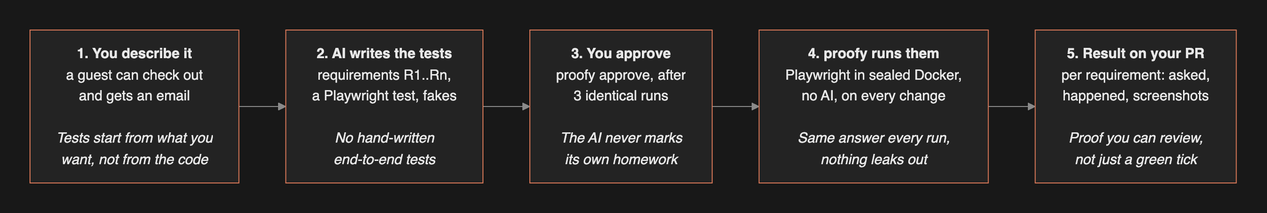
davidrydberg/proofy keeps this Mermaid diagram as docs/flow.png. Above is the earlier version. Its source is kept beside it as docs/overview/flow.mmd.
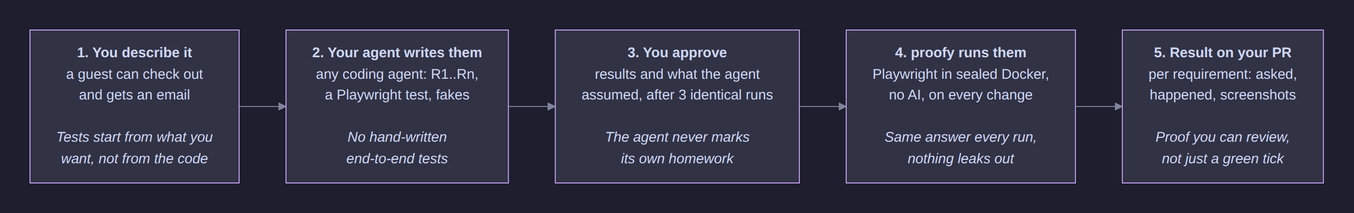
Later version of the same file.

Commit message:
Redo the overview GIF with a nameless agent in a plain terminal

The edit, as a diff of the source:
```diff
@@ -1,7 +1,7 @@
 flowchart LR
   describe["<b>1. You describe it</b><br/>a guest can check out<br/>and gets an email<br/><br/><i>Tests start from what you<br/>want, not from the code</i>"]
-  write["<b>2. AI writes the tests</b><br/>requirements R1..Rn,<br/>a Playwright test, fakes<br/><br/><i>No hand-written<br/>end-to-end tests</i>"]
-  approve["<b>3. You approve</b><br/>proofy approve, after<br/>3 identical runs<br/><br/><i>The AI never marks<br/>its own homework</i>"]
+  write["<b>2. Your agent writes them</b><br/>any coding agent: R1..Rn,<br/>a Playwright test, fakes<br/><br/><i>No hand-written<br/>end-to-end tests</i>"]
+  approve["<b>3. You approve</b><br/>results and what the agent<br/>assumed, after 3 identical runs<br/><br/><i>The agent never marks<br/>its own homework</i>"]
   run["<b>4. proofy runs them</b><br/>Playwright in sealed Docker,<br/>no AI, on every change<br/><br/><i>Same answer every run,<br/>nothing leaks out</i>"]
   report["<b>5. Result on your PR</b><br/>per requirement: asked,<br/>happened, screenshots<br/><br/><i>Proof you can review,<br/>not just a green tick</i>"]
 
```
